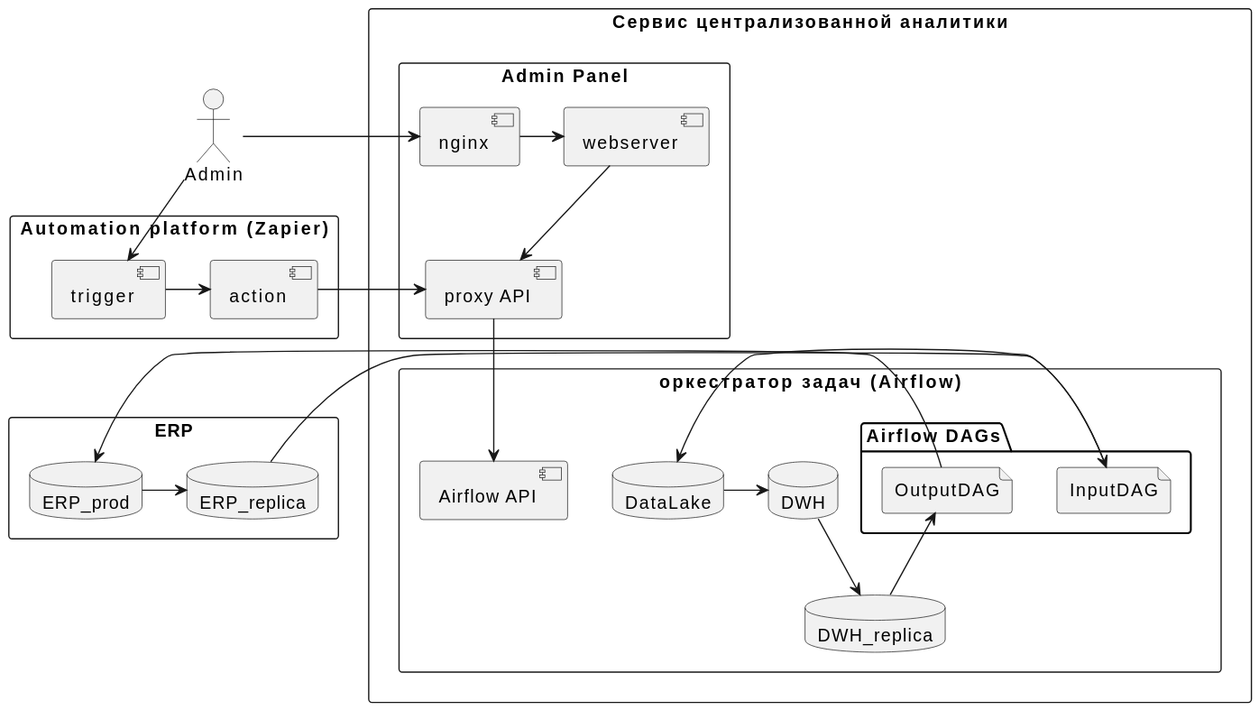
This is diagrams/architecture.svg from etlteam/docs, a PlantUML export, as it was before one commit.
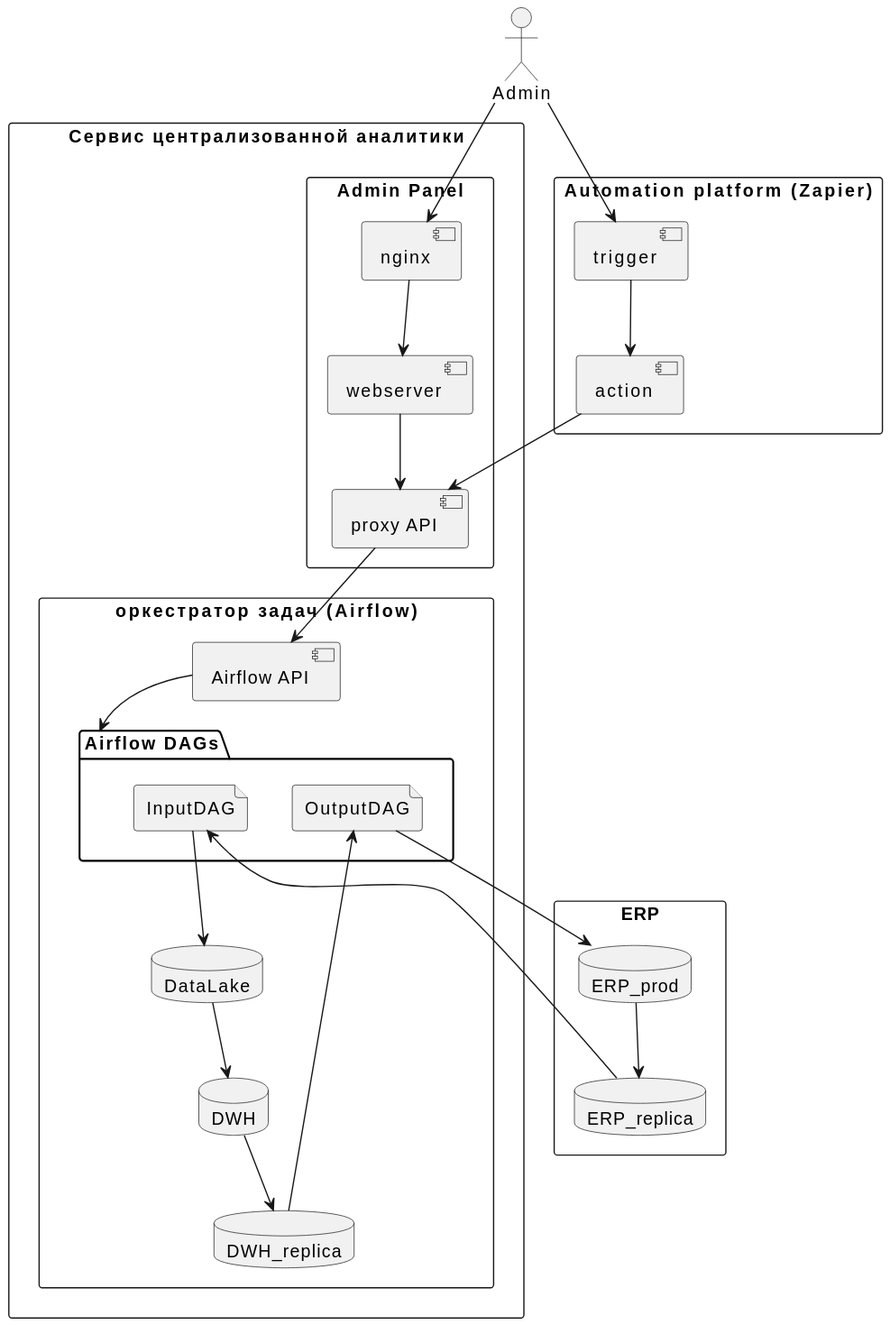
Above is the later version.

The edit, as a diff of the source:
```diff
@@ -4,7 +4,7 @@
 rectangle ERP {
 	database ERP_prod
 	database ERP_replica
-	ERP_prod -> ERP_replica
+	ERP_prod --> ERP_replica
 }
 
 rectangle "Сервис централизованной аналитики"  {
@@ -14,8 +14,8 @@
 		[webserver]
 		[proxy API] as API
 
-		Admin -> nginx
-		nginx -> webserver
+		Admin --> nginx
+		nginx --> webserver
 		webserver --> API
 	}
 
@@ -26,19 +26,20 @@
 		}
 		[Airflow API] as airflow
 		API --> airflow
+                airflow --> dag
 
 
 		database DataLake
 		database DWH
 		database DWH_replica
 
-		ERP_replica -> InputDAG
-		InputDAG -> DataLake
-		DataLake -> DWH
+		ERP_replica --> InputDAG
+		InputDAG --> DataLake
+		DataLake --> DWH
 
 		DWH --> DWH_replica
-		DWH_replica -> OutputDAG
-		OutputDAG -> ERP_prod
+		DWH_replica --> OutputDAG
+		OutputDAG --> ERP_prod
 	}
 }
 
@@ -47,8 +48,8 @@
 rectangle "Automation platform (Zapier)" {
 	[trigger]
 	[action]
-	trigger -> action
+	trigger --> action
 }
-Admin -> trigger
-action -> API
+Admin --> trigger
+action --> API
 @enduml
```
